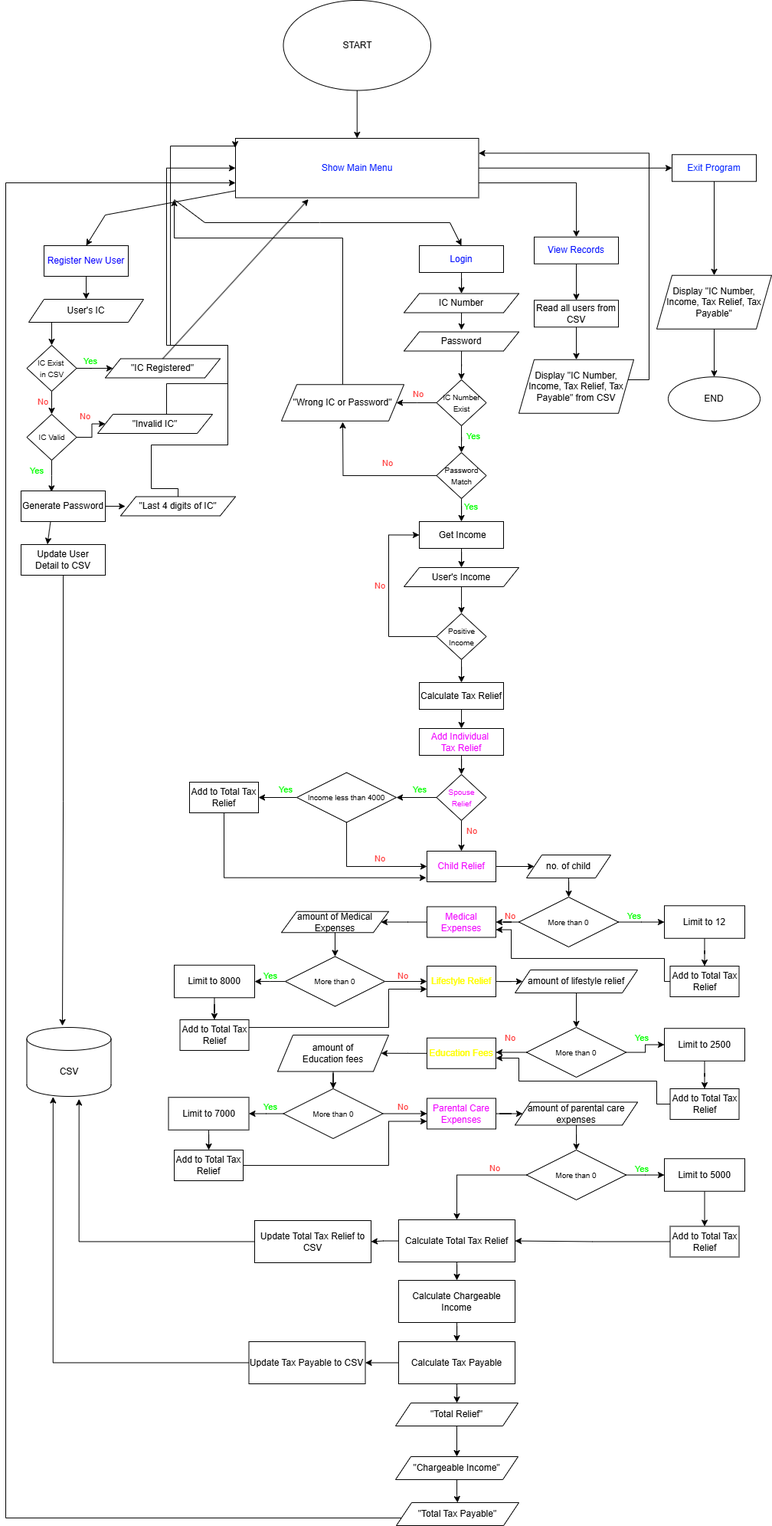
LeeJiaHeng302233/Individual-Project keeps this draw.io diagram as IndPro_302233 FlowChart.drawio.png. Above is the earlier version. Source tidied: cells renumbered, new cells last; positions are measured from the earlier drawing's top-left corner, leaving out a move shared by most shapes.
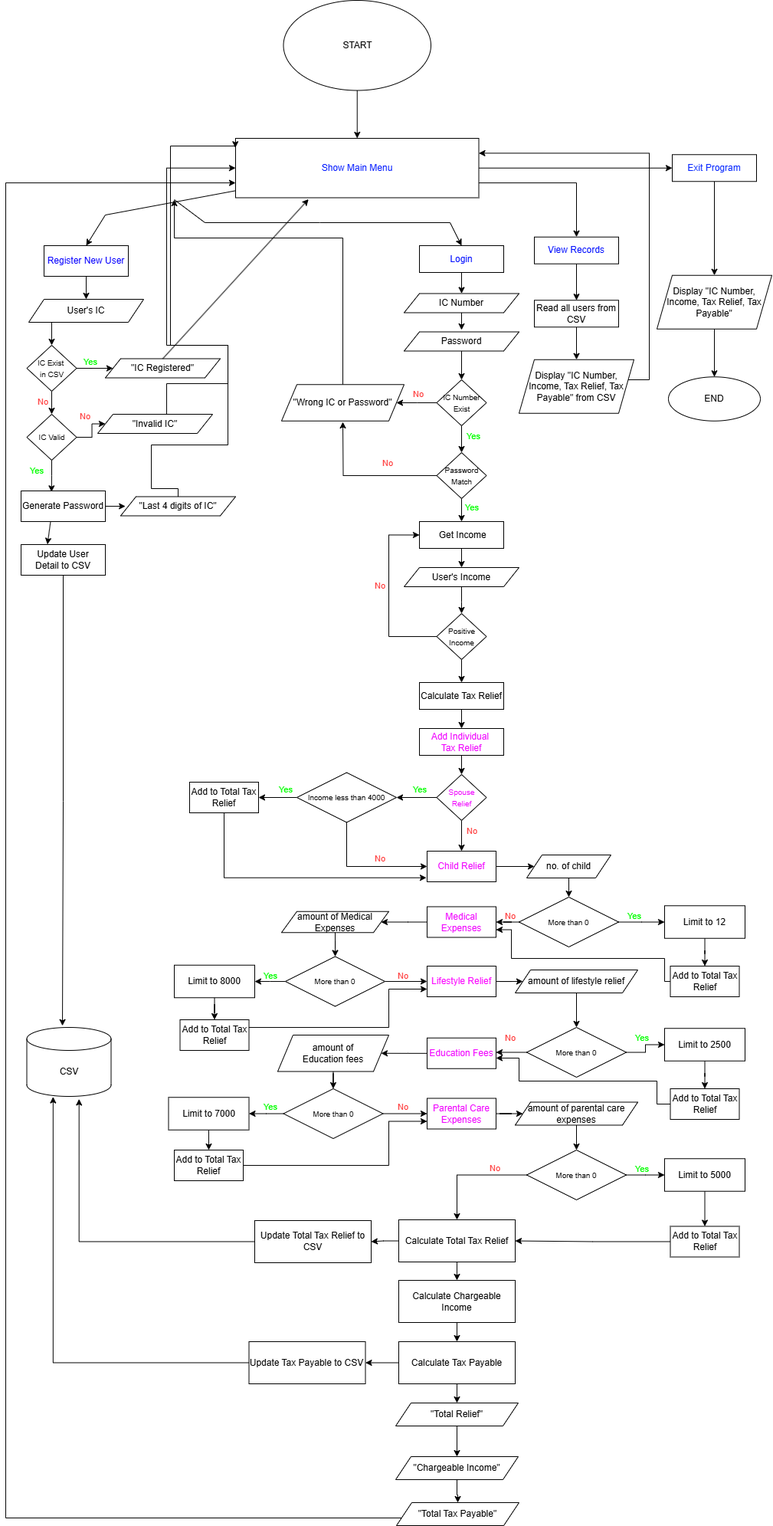
Later version of the same file.

Diff of the diagram source:
```diff
@@ -326,7 +326,7 @@
     <mxCell id="88" style="edgeStyle=orthogonalEdgeStyle;rounded=0;jettySize=auto;html=1;" parent="1" edge="1" source="89" target="96">
       <mxGeometry relative="1" as="geometry" />
     </mxCell>
-    <mxCell id="89" value="&lt;font style=&quot;color: light-dark(rgb(255, 255, 0), rgb(236, 255, 0));&quot;&gt;Lifestyle Relief&lt;/font&gt;" style="whiteSpace=wrap;html=1;" parent="1" vertex="1">
+    <mxCell id="89" value="&lt;font style=&quot;color: light-dark(rgb(251, 0, 255), rgb(236, 255, 0));&quot;&gt;Lifestyle Relief&lt;/font&gt;" style="whiteSpace=wrap;html=1;" parent="1" vertex="1">
       <mxGeometry x="550" y="1260" width="90" height="40" as="geometry" />
     </mxCell>
     <mxCell id="90" style="edgeStyle=orthogonalEdgeStyle;rounded=0;jettySize=auto;html=1;" parent="1" edge="1" source="91" target="93">
@@ -378,7 +378,7 @@
     <mxCell id="102" style="edgeStyle=orthogonalEdgeStyle;rounded=0;jettySize=auto;html=1;" parent="1" edge="1" source="103" target="108">
       <mxGeometry relative="1" as="geometry" />
     </mxCell>
-    <mxCell id="103" value="&lt;font style=&quot;color: light-dark(rgb(255, 255, 0), rgb(236, 255, 0)); background-color: light-dark(#ffffff, var(--ge-dark-color, #121212));&quot;&gt;Education Fees&lt;/font&gt;" style="whiteSpace=wrap;html=1;" parent="1" vertex="1">
+    <mxCell id="103" value="&lt;font style=&quot;background-color: light-dark(#ffffff, var(--ge-dark-color, #121212)); color: light-dark(rgb(241, 0, 255), rgb(236, 255, 0));&quot;&gt;Education Fees&lt;/font&gt;" style="whiteSpace=wrap;html=1;" parent="1" vertex="1">
       <mxGeometry x="550" y="1353.8" width="90" height="40" as="geometry" />
     </mxCell>
     <mxCell id="104" value="Add to Total Tax Relief" style="whiteSpace=wrap;html=1;" parent="1" vertex="1">
```
